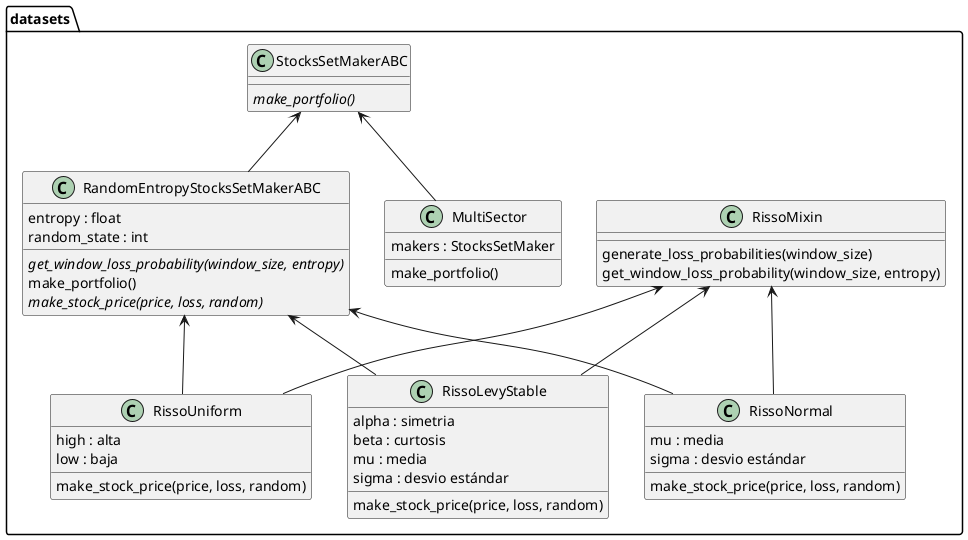
This is assets/diagrams/classes_dataset.png from quatrope/garpar, a PlantUML export, as it was before one commit.
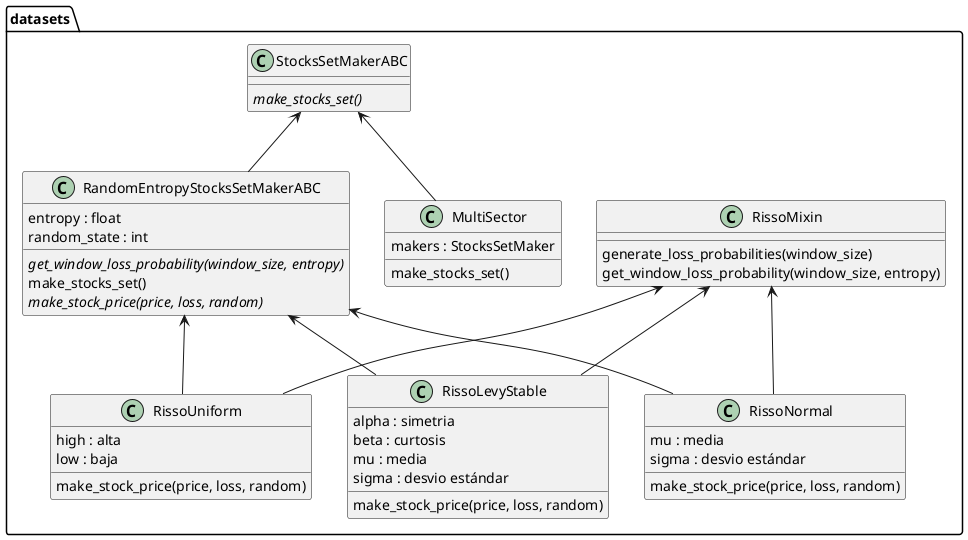
Later version of the same file.

Change to the diagram source:
```diff
@@ -4,16 +4,16 @@
 package datasets {
   class "MultiSector" as garpar.datasets.multisector.MultiSector {
     makers : StocksSetMaker
-    make_portfolio()
+    make_stocks_set()
   }
   class "StocksSetMakerABC" as garpar.datasets.ds_base.StocksSetMakerABC {
-    {abstract}make_portfolio()
+    {abstract}make_stocks_set()
   }
   class "RandomEntropyStocksSetMakerABC" as garpar.datasets.ds_base.RandomEntropyStocksSetMakerABC {
     entropy : float
     random_state : int
     {abstract}get_window_loss_probability(window_size, entropy)
-    make_portfolio()
+    make_stocks_set()
     {abstract}make_stock_price(price, loss, random)
   }
   class "RissoMixin" as garpar.datasets.risso.RissoMixin {
```
